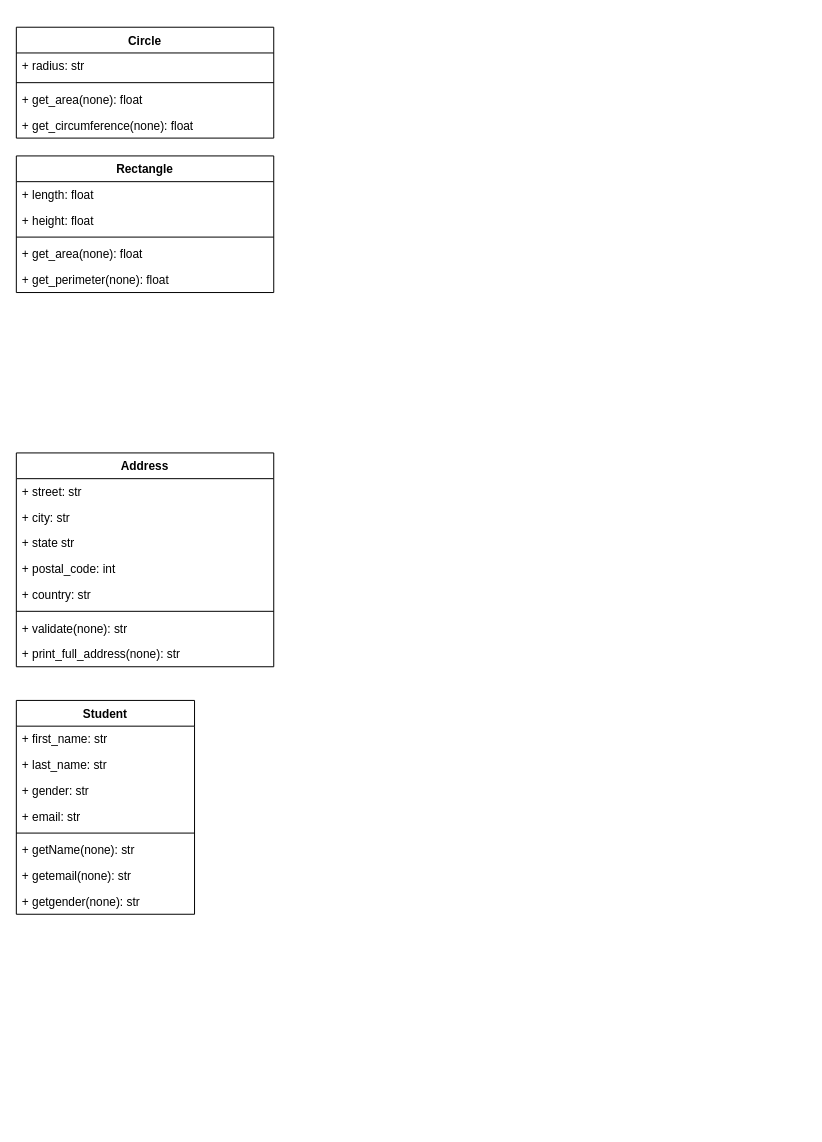
The draw.io diagram Untitled Diagram.drawio in aviikc/prog_fr_art, before the edit. Source tidied: cells renumbered, new cells numbered last; positions are measured from the earlier drawing's top-left corner, leaving out a move shared by most shapes. Both pictures are drawn from the tidied source at 99%, with x=0, y=0 at pixel (16, 27).
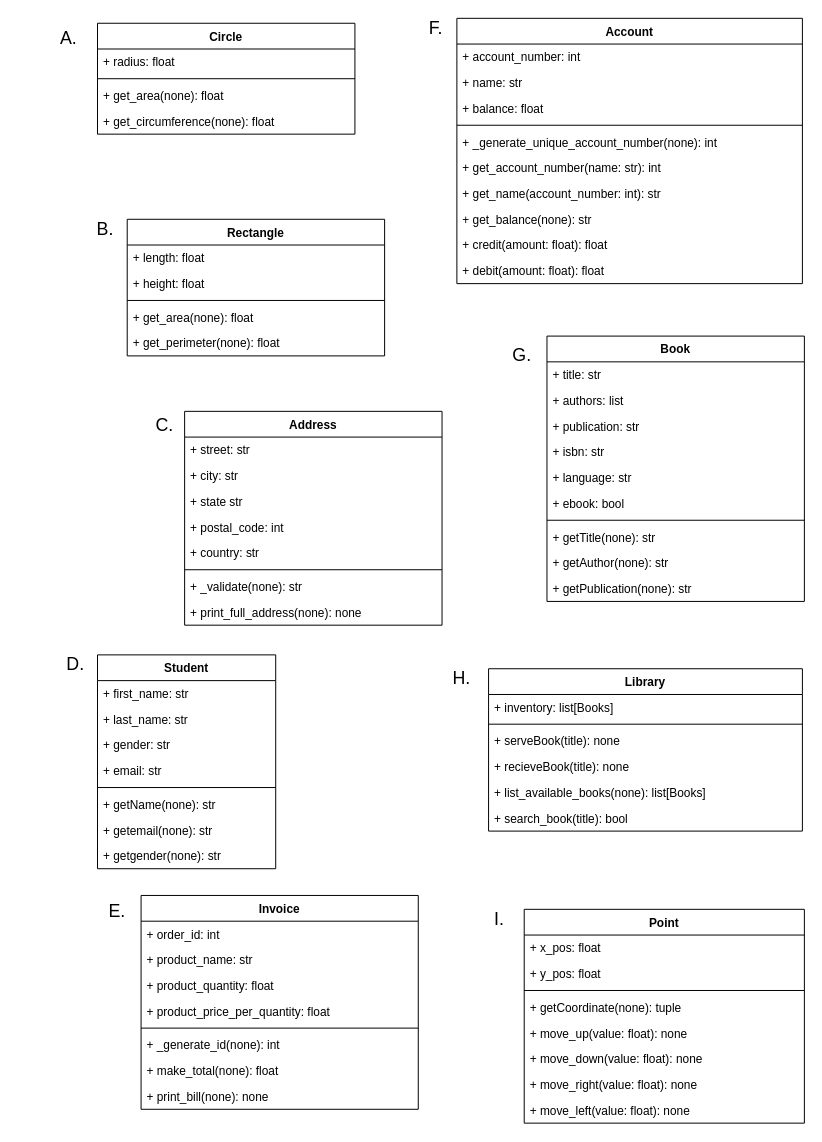
Above is the later version.

Change to the diagram source:
```diff
@@
     <mxCell id="2" value="Student" style="swimlane;fontStyle=1;align=center;verticalAlign=top;horizontal=1;startSize=26;" parent="1" vertex="1">
-      <mxGeometry y="680" width="180" height="216" as="geometry" />
+      <mxGeometry x="82" y="634" width="180" height="216" as="geometry" />
     </mxCell>
@@
     <mxCell id="11" value="Circle" style="swimlane;fontStyle=1;align=center;verticalAlign=top;horizontal=1;startSize=26;shadow=0;" parent="1" vertex="1">
-      <mxGeometry width="260" height="112" as="geometry" />
+      <mxGeometry x="82" y="-4" width="260" height="112" as="geometry" />
     </mxCell>
-    <mxCell id="12" value="+ radius: str" style="text;strokeColor=none;fillColor=none;align=left;verticalAlign=top;spacingLeft=4;spacingRight=4;overflow=hidden;" parent="11" vertex="1">
+    <mxCell id="12" value="+ radius: float" style="text;strokeColor=none;fillColor=none;align=left;verticalAlign=top;spacingLeft=4;spacingRight=4;overflow=hidden;" parent="11" vertex="1">
       <mxGeometry y="26" width="260" height="26" as="geometry" />
     </mxCell>
@@
     <mxCell id="16" value="Rectangle" style="swimlane;fontStyle=1;align=center;verticalAlign=top;horizontal=1;startSize=26;shadow=0;" parent="1" vertex="1">
-      <mxGeometry y="130" width="260" height="138" as="geometry" />
+      <mxGeometry x="112" y="194" width="260" height="138" as="geometry" />
     </mxCell>
@@
     <mxCell id="22" value="Address" style="swimlane;fontStyle=1;align=center;verticalAlign=top;horizontal=1;startSize=26;" parent="1" vertex="1">
-      <mxGeometry y="430" width="260" height="216" as="geometry" />
+      <mxGeometry x="170" y="388" width="260" height="216" as="geometry" />
     </mxCell>
@@
-    <mxCell id="29" value="+ validate(none): str" style="text;strokeColor=none;fillColor=none;align=left;verticalAlign=top;spacingLeft=4;spacingRight=4;overflow=hidden;" parent="22" vertex="1">
+    <mxCell id="29" value="+ _validate(none): str" style="text;strokeColor=none;fillColor=none;align=left;verticalAlign=top;spacingLeft=4;spacingRight=4;overflow=hidden;" parent="22" vertex="1">
       <mxGeometry y="164" width="260" height="26" as="geometry" />
     </mxCell>
-    <mxCell id="30" value="+ print_full_address(none): str" style="text;strokeColor=none;fillColor=none;align=left;verticalAlign=top;spacingLeft=4;spacingRight=4;overflow=hidden;" parent="22" vertex="1">
+    <mxCell id="30" value="+ print_full_address(none): none" style="text;strokeColor=none;fillColor=none;align=left;verticalAlign=top;spacingLeft=4;spacingRight=4;overflow=hidden;" parent="22" vertex="1">
       <mxGeometry y="190" width="260" height="26" as="geometry" />
     </mxCell>
+    <mxCell id="31" value="Invoice" style="swimlane;fontStyle=1;align=center;verticalAlign=top;horizontal=1;startSize=26;" parent="1" vertex="1">
+      <mxGeometry x="126" y="877" width="280" height="216" as="geometry" />
+    </mxCell>
+    <mxCell id="32" value="+ order_id: int" style="text;strokeColor=none;fillColor=none;align=left;verticalAlign=top;spacingLeft=4;spacingRight=4;overflow=hidden;" parent="31" vertex="1">
+      <mxGeometry y="26" width="280" height="26" as="geometry" />
+    </mxCell>
+    <mxCell id="33" value="+ product_name: str" style="text;strokeColor=none;fillColor=none;align=left;verticalAlign=top;spacingLeft=4;spacingRight=4;overflow=hidden;" parent="31" vertex="1">
+      <mxGeometry y="52" width="280" height="26" as="geometry" />
+    </mxCell>
+    <mxCell id="34" value="+ product_quantity: float" style="text;strokeColor=none;fillColor=none;align=left;verticalAlign=top;spacingLeft=4;spacingRight=4;overflow=hidden;" parent="31" vertex="1">
+      <mxGeometry y="78" width="280" height="26" as="geometry" />
+    </mxCell>
+    <mxCell id="35" value="+ product_price_per_quantity: float" style="text;strokeColor=none;fillColor=none;align=left;verticalAlign=top;spacingLeft=4;spacingRight=4;overflow=hidden;" parent="31" vertex="1">
+      <mxGeometry y="104" width="280" height="26" as="geometry" />
+    </mxCell>
+    <mxCell id="36" style="line;strokeWidth=1;fillColor=none;align=left;verticalAlign=middle;spacingTop=-1;spacingLeft=3;spacingRight=3;labelPosition=right;" parent="31" vertex="1">
+      <mxGeometry y="130" width="280" height="8" as="geometry" />
+    </mxCell>
+    <mxCell id="37" value="+ _generate_id(none): int" style="text;strokeColor=none;fillColor=none;align=left;verticalAlign=top;spacingLeft=4;spacingRight=4;overflow=hidden;" parent="31" vertex="1">
+      <mxGeometry y="138" width="280" height="26" as="geometry" />
+    </mxCell>
+    <mxCell id="38" value="+ make_total(none): float" style="text;strokeColor=none;fillColor=none;align=left;verticalAlign=top;spacingLeft=4;spacingRight=4;overflow=hidden;" parent="31" vertex="1">
+      <mxGeometry y="164" width="280" height="26" as="geometry" />
+    </mxCell>
+    <mxCell id="39" value="+ print_bill(none): none" style="text;strokeColor=none;fillColor=none;align=left;verticalAlign=top;spacingLeft=4;spacingRight=4;overflow=hidden;" parent="31" vertex="1">
+      <mxGeometry y="190" width="280" height="26" as="geometry" />
+    </mxCell>
+    <mxCell id="40" value="Account" style="swimlane;fontStyle=1;align=center;verticalAlign=top;horizontal=1;startSize=26;" parent="1" vertex="1">
+      <mxGeometry x="445" y="-9" width="349" height="268" as="geometry" />
+    </mxCell>
+    <mxCell id="41" value="+ account_number: int" style="text;strokeColor=none;fillColor=none;align=left;verticalAlign=top;spacingLeft=4;spacingRight=4;overflow=hidden;" parent="40" vertex="1">
+      <mxGeometry y="26" width="349" height="26" as="geometry" />
+    </mxCell>
+    <mxCell id="42" value="+ name: str" style="text;strokeColor=none;fillColor=none;align=left;verticalAlign=top;spacingLeft=4;spacingRight=4;overflow=hidden;" parent="40" vertex="1">
+      <mxGeometry y="52" width="349" height="26" as="geometry" />
+    </mxCell>
+    <mxCell id="43" value="+ balance: float" style="text;strokeColor=none;fillColor=none;align=left;verticalAlign=top;spacingLeft=4;spacingRight=4;overflow=hidden;" parent="40" vertex="1">
+      <mxGeometry y="78" width="349" height="26" as="geometry" />
+    </mxCell>
+    <mxCell id="44" style="line;strokeWidth=1;fillColor=none;align=left;verticalAlign=middle;spacingTop=-1;spacingLeft=3;spacingRight=3;labelPosition=right;" parent="40" vertex="1">
+      <mxGeometry y="104" width="349" height="8" as="geometry" />
+    </mxCell>
+    <mxCell id="45" value="+ _generate_unique_account_number(none): int" style="text;strokeColor=none;fillColor=none;align=left;verticalAlign=top;spacingLeft=4;spacingRight=4;overflow=hidden;" parent="40" vertex="1">
+      <mxGeometry y="112" width="349" height="26" as="geometry" />
+    </mxCell>
+    <mxCell id="46" value="+ get_account_number(name: str): int" style="text;strokeColor=none;fillColor=none;align=left;verticalAlign=top;spacingLeft=4;spacingRight=4;overflow=hidden;" parent="40" vertex="1">
+      <mxGeometry y="138" width="349" height="26" as="geometry" />
+    </mxCell>
+    <mxCell id="47" value="+ get_name(account_number: int): str" style="text;strokeColor=none;fillColor=none;align=left;verticalAlign=top;spacingLeft=4;spacingRight=4;overflow=hidden;" parent="40" vertex="1">
+      <mxGeometry y="164" width="349" height="26" as="geometry" />
+    </mxCell>
+    <mxCell id="48" value="+ get_balance(none): str" style="text;strokeColor=none;fillColor=none;align=left;verticalAlign=top;spacingLeft=4;spacingRight=4;overflow=hidden;" parent="40" vertex="1">
+      <mxGeometry y="190" width="349" height="26" as="geometry" />
+    </mxCell>
+    <mxCell id="49" value="+ credit(amount: float): float" style="text;strokeColor=none;fillColor=none;align=left;verticalAlign=top;spacingLeft=4;spacingRight=4;overflow=hidden;" parent="40" vertex="1">
+      <mxGeometry y="216" width="349" height="26" as="geometry" />
+    </mxCell>
+    <mxCell id="50" value="+ debit(amount: float): float" style="text;strokeColor=none;fillColor=none;align=left;verticalAlign=top;spacingLeft=4;spacingRight=4;overflow=hidden;" parent="40" vertex="1">
+      <mxGeometry y="242" width="349" height="26" as="geometry" />
+    </mxCell>
+    <mxCell id="51" value="Book" style="swimlane;fontStyle=1;align=center;verticalAlign=top;horizontal=1;startSize=26;" parent="1" vertex="1">
+      <mxGeometry x="536" y="312" width="260" height="268" as="geometry" />
+    </mxCell>
+    <mxCell id="52" value="+ title: str" style="text;strokeColor=none;fillColor=none;align=left;verticalAlign=top;spacingLeft=4;spacingRight=4;overflow=hidden;" parent="51" vertex="1">
+      <mxGeometry y="26" width="260" height="26" as="geometry" />
+    </mxCell>
+    <mxCell id="53" value="+ authors: list" style="text;strokeColor=none;fillColor=none;align=left;verticalAlign=top;spacingLeft=4;spacingRight=4;overflow=hidden;" parent="51" vertex="1">
+      <mxGeometry y="52" width="260" height="26" as="geometry" />
+    </mxCell>
+    <mxCell id="54" value="+ publication: str" style="text;strokeColor=none;fillColor=none;align=left;verticalAlign=top;spacingLeft=4;spacingRight=4;overflow=hidden;" parent="51" vertex="1">
+      <mxGeometry y="78" width="260" height="26" as="geometry" />
+    </mxCell>
+    <mxCell id="55" value="+ isbn: str" style="text;strokeColor=none;fillColor=none;align=left;verticalAlign=top;spacingLeft=4;spacingRight=4;overflow=hidden;" parent="51" vertex="1">
+      <mxGeometry y="104" width="260" height="26" as="geometry" />
+    </mxCell>
+    <mxCell id="56" value="+ language: str" style="text;strokeColor=none;fillColor=none;align=left;verticalAlign=top;spacingLeft=4;spacingRight=4;overflow=hidden;" parent="51" vertex="1">
+      <mxGeometry y="130" width="260" height="26" as="geometry" />
+    </mxCell>
+    <mxCell id="57" value="+ ebook: bool" style="text;strokeColor=none;fillColor=none;align=left;verticalAlign=top;spacingLeft=4;spacingRight=4;overflow=hidden;" parent="51" vertex="1">
+      <mxGeometry y="156" width="260" height="26" as="geometry" />
+    </mxCell>
+    <mxCell id="58" style="line;strokeWidth=1;fillColor=none;align=left;verticalAlign=middle;spacingTop=-1;spacingLeft=3;spacingRight=3;labelPosition=right;" parent="51" vertex="1">
+      <mxGeometry y="182" width="260" height="8" as="geometry" />
+    </mxCell>
+    <mxCell id="59" value="+ getTitle(none): str" style="text;strokeColor=none;fillColor=none;align=left;verticalAlign=top;spacingLeft=4;spacingRight=4;overflow=hidden;" parent="51" vertex="1">
+      <mxGeometry y="190" width="260" height="26" as="geometry" />
+    </mxCell>
+    <mxCell id="60" value="+ getAuthor(none): str" style="text;strokeColor=none;fillColor=none;align=left;verticalAlign=top;spacingLeft=4;spacingRight=4;overflow=hidden;" parent="51" vertex="1">
+      <mxGeometry y="216" width="260" height="26" as="geometry" />
+    </mxCell>
+    <mxCell id="61" value="+ getPublication(none): str" style="text;strokeColor=none;fillColor=none;align=left;verticalAlign=top;spacingLeft=4;spacingRight=4;overflow=hidden;" parent="51" vertex="1">
+      <mxGeometry y="242" width="260" height="26" as="geometry" />
+    </mxCell>
+    <mxCell id="62" value="Library" style="swimlane;fontStyle=1;align=center;verticalAlign=top;horizontal=1;startSize=26;" parent="1" vertex="1">
+      <mxGeometry x="477" y="648" width="317" height="164" as="geometry" />
+    </mxCell>
+    <mxCell id="63" value="+ inventory: list[Books]" style="text;strokeColor=none;fillColor=none;align=left;verticalAlign=top;spacingLeft=4;spacingRight=4;overflow=hidden;" parent="62" vertex="1">
+      <mxGeometry y="26" width="317" height="26" as="geometry" />
+    </mxCell>
+    <mxCell id="64" style="line;strokeWidth=1;fillColor=none;align=left;verticalAlign=middle;spacingTop=-1;spacingLeft=3;spacingRight=3;labelPosition=right;" parent="62" vertex="1">
+      <mxGeometry y="52" width="317" height="8" as="geometry" />
+    </mxCell>
+    <mxCell id="65" value="+ serveBook(title): none" style="text;strokeColor=none;fillColor=none;align=left;verticalAlign=top;spacingLeft=4;spacingRight=4;overflow=hidden;" parent="62" vertex="1">
+      <mxGeometry y="60" width="317" height="26" as="geometry" />
+    </mxCell>
+    <mxCell id="66" value="+ recieveBook(title): none" style="text;strokeColor=none;fillColor=none;align=left;verticalAlign=top;spacingLeft=4;spacingRight=4;overflow=hidden;" parent="62" vertex="1">
+      <mxGeometry y="86" width="317" height="26" as="geometry" />
+    </mxCell>
+    <mxCell id="67" value="+ list_available_books(none): list[Books]" style="text;strokeColor=none;fillColor=none;align=left;verticalAlign=top;spacingLeft=4;spacingRight=4;overflow=hidden;" parent="62" vertex="1">
+      <mxGeometry y="112" width="317" height="26" as="geometry" />
+    </mxCell>
+    <mxCell id="68" value="+ search_book(title): bool" style="text;strokeColor=none;fillColor=none;align=left;verticalAlign=top;spacingLeft=4;spacingRight=4;overflow=hidden;" parent="62" vertex="1">
+      <mxGeometry y="138" width="317" height="26" as="geometry" />
+    </mxCell>
+    <mxCell id="69" value="Point" style="swimlane;fontStyle=1;align=center;verticalAlign=top;horizontal=1;startSize=26;" parent="1" vertex="1">
+      <mxGeometry x="513" y="891" width="283" height="216" as="geometry" />
+    </mxCell>
+    <mxCell id="70" value="+ x_pos: float" style="text;strokeColor=none;fillColor=none;align=left;verticalAlign=top;spacingLeft=4;spacingRight=4;overflow=hidden;" parent="69" vertex="1">
+      <mxGeometry y="26" width="283" height="26" as="geometry" />
+    </mxCell>
+    <mxCell id="71" value="+ y_pos: float" style="text;strokeColor=none;fillColor=none;align=left;verticalAlign=top;spacingLeft=4;spacingRight=4;overflow=hidden;" parent="69" vertex="1">
+      <mxGeometry y="52" width="283" height="26" as="geometry" />
+    </mxCell>
+    <mxCell id="72" style="line;strokeWidth=1;fillColor=none;align=left;verticalAlign=middle;spacingTop=-1;spacingLeft=3;spacingRight=3;labelPosition=right;" parent="69" vertex="1">
+      <mxGeometry y="78" width="283" height="8" as="geometry" />
+    </mxCell>
+    <mxCell id="73" value="+ getCoordinate(none): tuple" style="text;strokeColor=none;fillColor=none;align=left;verticalAlign=top;spacingLeft=4;spacingRight=4;overflow=hidden;" parent="69" vertex="1">
+      <mxGeometry y="86" width="283" height="26" as="geometry" />
+    </mxCell>
+    <mxCell id="74" value="+ move_up(value: float): none" style="text;strokeColor=none;fillColor=none;align=left;verticalAlign=top;spacingLeft=4;spacingRight=4;overflow=hidden;" parent="69" vertex="1">
+      <mxGeometry y="112" width="283" height="26" as="geometry" />
+    </mxCell>
+    <mxCell id="75" value="+ move_down(value: float): none" style="text;strokeColor=none;fillColor=none;align=left;verticalAlign=top;spacingLeft=4;spacingRight=4;overflow=hidden;" parent="69" vertex="1">
+      <mxGeometry y="138" width="283" height="26" as="geometry" />
+    </mxCell>
+    <mxCell id="76" value="+ move_right(value: float): none" style="text;strokeColor=none;fillColor=none;align=left;verticalAlign=top;spacingLeft=4;spacingRight=4;overflow=hidden;" parent="69" vertex="1">
+      <mxGeometry y="164" width="283" height="26" as="geometry" />
+    </mxCell>
+    <mxCell id="77" value="+ move_left(value: float): none" style="text;strokeColor=none;fillColor=none;align=left;verticalAlign=top;spacingLeft=4;spacingRight=4;overflow=hidden;" parent="69" vertex="1">
+      <mxGeometry y="190" width="283" height="26" as="geometry" />
+    </mxCell>
+    <mxCell id="78" value="A." style="text;html=1;strokeColor=none;align=center;verticalAlign=middle;whiteSpace=wrap;rounded=0;shadow=0;strokeWidth=4;fontSize=18;" parent="1" vertex="1">
+      <mxGeometry x="33" y="1" width="40" height="20" as="geometry" />
+    </mxCell>
+    <mxCell id="79" value="B." style="text;html=1;strokeColor=none;align=center;verticalAlign=middle;whiteSpace=wrap;rounded=0;shadow=0;strokeWidth=4;fontSize=18;" parent="1" vertex="1">
+      <mxGeometry x="70" y="194" width="40" height="20" as="geometry" />
+    </mxCell>
+    <mxCell id="80" value="C." style="text;html=1;strokeColor=none;align=center;verticalAlign=middle;whiteSpace=wrap;rounded=0;shadow=0;strokeWidth=4;fontSize=18;" parent="1" vertex="1">
+      <mxGeometry x="130" y="392" width="40" height="20" as="geometry" />
+    </mxCell>
+    <mxCell id="81" value="D." style="text;html=1;strokeColor=none;align=center;verticalAlign=middle;whiteSpace=wrap;rounded=0;shadow=0;strokeWidth=4;fontSize=18;" parent="1" vertex="1">
+      <mxGeometry x="40" y="634" width="40" height="20" as="geometry" />
+    </mxCell>
+    <mxCell id="82" value="E." style="text;html=1;strokeColor=none;align=center;verticalAlign=middle;whiteSpace=wrap;rounded=0;shadow=0;strokeWidth=4;fontSize=18;" parent="1" vertex="1">
+      <mxGeometry x="82" y="883" width="40" height="20" as="geometry" />
+    </mxCell>
+    <mxCell id="83" value="F." style="text;html=1;strokeColor=none;align=center;verticalAlign=middle;whiteSpace=wrap;rounded=0;shadow=0;strokeWidth=4;fontSize=18;" parent="1" vertex="1">
+      <mxGeometry x="404" y="-9" width="40" height="20" as="geometry" />
+    </mxCell>
+    <mxCell id="84" value="G." style="text;html=1;strokeColor=none;align=center;verticalAlign=middle;whiteSpace=wrap;rounded=0;shadow=0;strokeWidth=4;fontSize=18;" parent="1" vertex="1">
+      <mxGeometry x="491" y="322" width="40" height="20" as="geometry" />
+    </mxCell>
+    <mxCell id="85" value="H." style="text;html=1;strokeColor=none;align=center;verticalAlign=middle;whiteSpace=wrap;rounded=0;shadow=0;strokeWidth=4;fontSize=18;" parent="1" vertex="1">
+      <mxGeometry x="430" y="648" width="40" height="20" as="geometry" />
+    </mxCell>
+    <mxCell id="86" value="I." style="text;html=1;strokeColor=none;align=center;verticalAlign=middle;whiteSpace=wrap;rounded=0;shadow=0;strokeWidth=4;fontSize=18;" parent="1" vertex="1">
+      <mxGeometry x="468" y="891" width="40" height="20" as="geometry" />
+    </mxCell>
```
